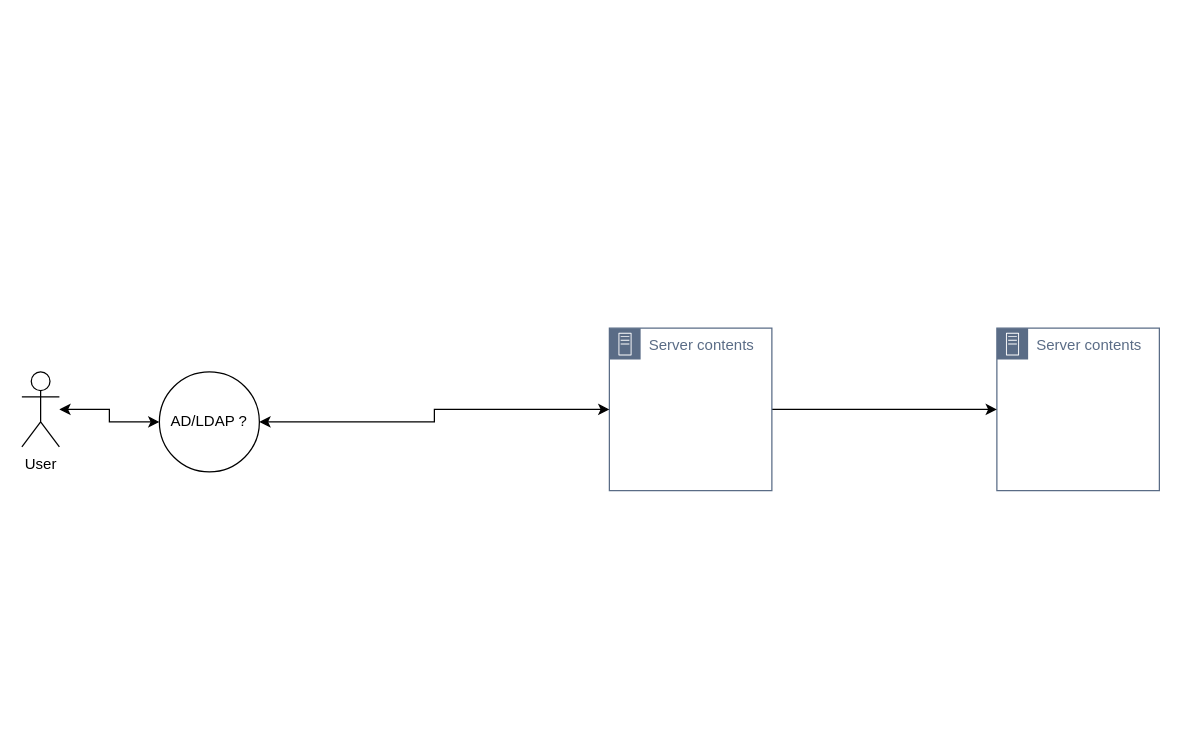
Above: BIScheme.drawio in sQyOs/DrawIO (draw.io), before the change. Source tidied: cells renumbered, new cells numbered last; positions are measured from the earlier drawing's top-left corner, leaving out a move shared by most shapes. Both pictures are drawn from the tidied source at 125%, with x=0, y=0 at pixel (21, 328).
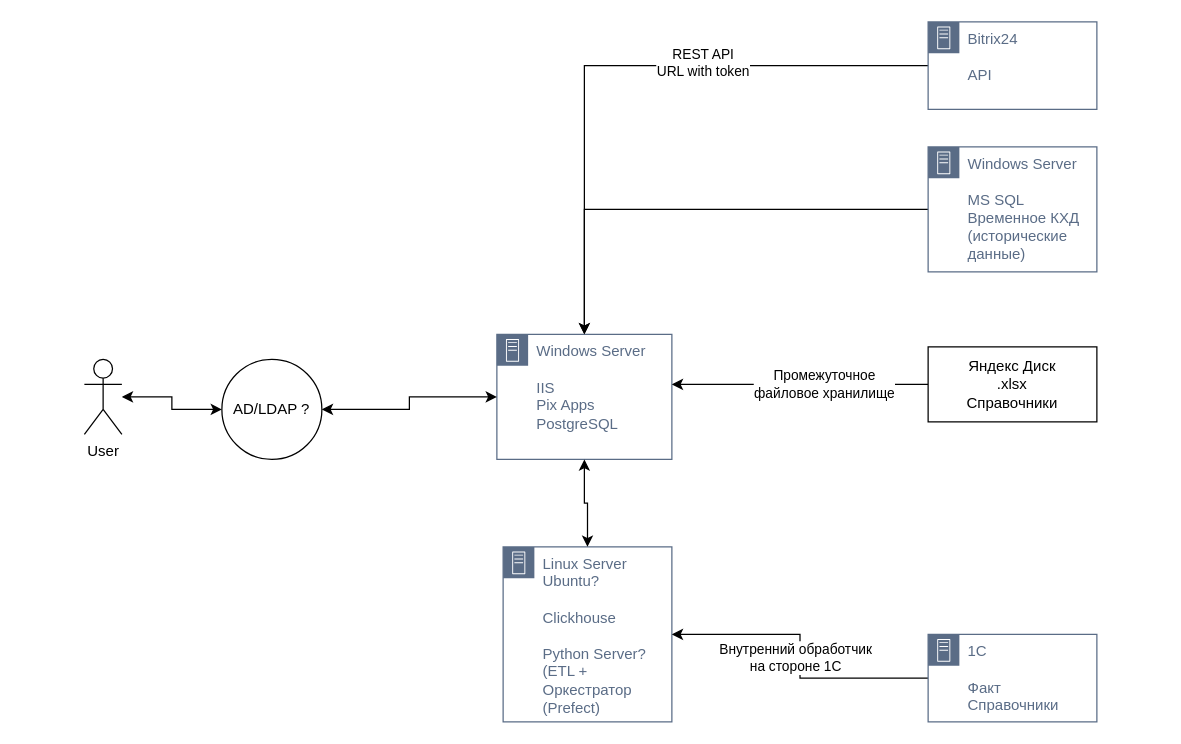
After the change.

The edit, as a diff of the source:
```diff
@@
 <mxGraphModel>
   <root>
     <mxCell id="0" />
     <mxCell id="1" parent="0" />
-    <mxCell id="2" value="Server contents" style="points=[[0,0],[0.25,0],[0.5,0],[0.75,0],[1,0],[1,0.25],[1,0.5],[1,0.75],[1,1],[0.75,1],[0.5,1],[0.25,1],[0,1],[0,0.75],[0,0.5],[0,0.25]];outlineConnect=0;gradientColor=none;html=1;whiteSpace=wrap;fontSize=12;fontStyle=0;shape=mxgraph.aws4.group;grIcon=mxgraph.aws4.group_on_premise;strokeColor=#5A6C86;fillColor=none;verticalAlign=top;align=left;spacingLeft=30;fontColor=#5A6C86;dashed=0;" parent="1" vertex="1">
-      <mxGeometry x="780" width="130" height="130" as="geometry" />
+    <mxCell id="2" value="Linux Server&lt;br&gt;Ubuntu?&lt;br&gt;&lt;br&gt;Clickhouse&lt;br&gt;&lt;br&gt;Python Server?&lt;br&gt;(ETL +&lt;br&gt;Оркестратор (Prefect)" style="points=[[0,0],[0.25,0],[0.5,0],[0.75,0],[1,0],[1,0.25],[1,0.5],[1,0.75],[1,1],[0.75,1],[0.5,1],[0.25,1],[0,1],[0,0.75],[0,0.5],[0,0.25]];outlineConnect=0;gradientColor=none;html=1;whiteSpace=wrap;fontSize=12;fontStyle=0;shape=mxgraph.aws4.group;grIcon=mxgraph.aws4.group_on_premise;strokeColor=#5A6C86;fillColor=none;verticalAlign=top;align=left;spacingLeft=30;fontColor=#5A6C86;dashed=0;" parent="1" vertex="1">
+      <mxGeometry x="385" y="175" width="135" height="140" as="geometry" />
     </mxCell>
-    <mxCell id="3" style="edgeStyle=orthogonalEdgeStyle;rounded=0;jettySize=auto;html=1;entryX=0;entryY=0.5;entryDx=0;entryDy=0;" parent="1" edge="1" source="4" target="2">
-      <mxGeometry relative="1" as="geometry" />
-    </mxCell>
-    <mxCell id="4" value="Server contents" style="points=[[0,0],[0.25,0],[0.5,0],[0.75,0],[1,0],[1,0.25],[1,0.5],[1,0.75],[1,1],[0.75,1],[0.5,1],[0.25,1],[0,1],[0,0.75],[0,0.5],[0,0.25]];outlineConnect=0;gradientColor=none;html=1;whiteSpace=wrap;fontSize=12;fontStyle=0;shape=mxgraph.aws4.group;grIcon=mxgraph.aws4.group_on_premise;strokeColor=#5A6C86;fillColor=none;verticalAlign=top;align=left;spacingLeft=30;fontColor=#5A6C86;dashed=0;" parent="1" vertex="1">
-      <mxGeometry x="470" width="130" height="130" as="geometry" />
+    <mxCell id="4" value="Windows Server&lt;br&gt;&lt;br&gt;IIS&lt;br&gt;Pix Apps&lt;br&gt;PostgreSQL" style="points=[[0,0],[0.25,0],[0.5,0],[0.75,0],[1,0],[1,0.25],[1,0.5],[1,0.75],[1,1],[0.75,1],[0.5,1],[0.25,1],[0,1],[0,0.75],[0,0.5],[0,0.25]];outlineConnect=0;gradientColor=none;html=1;whiteSpace=wrap;fontSize=12;fontStyle=0;shape=mxgraph.aws4.group;grIcon=mxgraph.aws4.group_on_premise;strokeColor=#5A6C86;fillColor=none;verticalAlign=top;align=left;spacingLeft=30;fontColor=#5A6C86;dashed=0;" parent="1" vertex="1">
+      <mxGeometry x="380" y="5" width="140" height="100" as="geometry" />
     </mxCell>
     <mxCell id="5" value="User" style="shape=umlActor;verticalLabelPosition=bottom;verticalAlign=top;html=1;outlineConnect=0;" parent="1" vertex="1">
-      <mxGeometry y="35" width="30" height="60" as="geometry" />
+      <mxGeometry x="50" y="25" width="30" height="60" as="geometry" />
     </mxCell>
     <mxCell id="6" value="AD/LDAP ?" style="ellipse;whiteSpace=wrap;html=1;" parent="1" vertex="1">
-      <mxGeometry x="110" y="35" width="80" height="80" as="geometry" />
+      <mxGeometry x="160" y="25" width="80" height="80" as="geometry" />
     </mxCell>
     <mxCell id="7" style="endArrow=classic;startArrow=classic;html=1;rounded=0;edgeStyle=orthogonalEdgeStyle;" parent="1" edge="1" source="5" target="6">
       <mxGeometry relative="1" as="geometry" />
     </mxCell>
     <mxCell id="8" style="endArrow=classic;startArrow=classic;html=1;rounded=0;edgeStyle=orthogonalEdgeStyle;" parent="1" edge="1" source="6" target="4">
       <mxGeometry relative="1" as="geometry" />
     </mxCell>
+    <mxCell id="3" style="endArrow=classic;startArrow=classic;html=1;rounded=0;edgeStyle=orthogonalEdgeStyle;" parent="1" edge="1" source="4" target="2">
+      <mxGeometry relative="1" as="geometry" />
+    </mxCell>
+    <mxCell id="9" style="edgeStyle=orthogonalEdgeStyle;rounded=0;jettySize=auto;html=1;" parent="1" edge="1" source="11" target="2">
+      <mxGeometry relative="1" as="geometry" />
+    </mxCell>
+    <mxCell id="10" value="Внутренний обработчик &lt;br&gt;на стороне 1С" style="edgeLabel;html=1;align=center;verticalAlign=middle;" parent="9" vertex="1">
+      <mxGeometry x="-0.01" y="4" relative="1" as="geometry" />
+    </mxCell>
+    <mxCell id="11" value="1C&lt;br&gt;&lt;br&gt;Факт&lt;br&gt;Справочники" style="points=[[0,0],[0.25,0],[0.5,0],[0.75,0],[1,0],[1,0.25],[1,0.5],[1,0.75],[1,1],[0.75,1],[0.5,1],[0.25,1],[0,1],[0,0.75],[0,0.5],[0,0.25]];outlineConnect=0;gradientColor=none;html=1;whiteSpace=wrap;fontSize=12;fontStyle=0;shape=mxgraph.aws4.group;grIcon=mxgraph.aws4.group_on_premise;strokeColor=#5A6C86;fillColor=none;verticalAlign=top;align=left;spacingLeft=30;fontColor=#5A6C86;dashed=0;" parent="1" vertex="1">
+      <mxGeometry x="725" y="245" width="135" height="70" as="geometry" />
+    </mxCell>
+    <mxCell id="12" style="edgeStyle=orthogonalEdgeStyle;rounded=0;jettySize=auto;html=1;" parent="1" edge="1" source="13" target="4">
+      <mxGeometry relative="1" as="geometry" />
+    </mxCell>
+    <mxCell id="13" value="Windows Server&lt;br&gt;&lt;br&gt;MS SQL&lt;br&gt;Временное КХД (исторические данные)" style="points=[[0,0],[0.25,0],[0.5,0],[0.75,0],[1,0],[1,0.25],[1,0.5],[1,0.75],[1,1],[0.75,1],[0.5,1],[0.25,1],[0,1],[0,0.75],[0,0.5],[0,0.25]];outlineConnect=0;gradientColor=none;html=1;whiteSpace=wrap;fontSize=12;fontStyle=0;shape=mxgraph.aws4.group;grIcon=mxgraph.aws4.group_on_premise;strokeColor=#5A6C86;fillColor=none;verticalAlign=top;align=left;spacingLeft=30;fontColor=#5A6C86;dashed=0;" parent="1" vertex="1">
+      <mxGeometry x="725" y="-145" width="135" height="100" as="geometry" />
+    </mxCell>
+    <mxCell id="14" style="edgeStyle=elbowEdgeStyle;rounded=0;jettySize=auto;html=1;elbow=vertical;" parent="1" edge="1" source="16" target="4">
+      <mxGeometry relative="1" as="geometry" />
+    </mxCell>
+    <mxCell id="15" value="Промежуточное&lt;br&gt;файловое хранилище" style="edgeLabel;html=1;align=center;verticalAlign=middle;" parent="14" vertex="1">
+      <mxGeometry x="-0.18" y="-1" relative="1" as="geometry" />
+    </mxCell>
+    <mxCell id="16" value="Яндекс Диск&lt;br&gt;.xlsx&lt;br&gt;Справочники" style="rounded=0;whiteSpace=wrap;html=1;" parent="1" vertex="1">
+      <mxGeometry x="725" y="15" width="135" height="60" as="geometry" />
+    </mxCell>
+    <mxCell id="17" style="edgeStyle=orthogonalEdgeStyle;rounded=0;jettySize=auto;html=1;entryX=0.5;entryY=0;entryDx=0;entryDy=0;" parent="1" edge="1" source="19" target="4">
+      <mxGeometry relative="1" as="geometry" />
+    </mxCell>
+    <mxCell id="18" value="REST API&lt;br&gt;URL with token" style="edgeLabel;html=1;align=center;verticalAlign=middle;" parent="17" vertex="1">
+      <mxGeometry x="-0.26" y="-3" relative="1" as="geometry" />
+    </mxCell>
+    <mxCell id="19" value="Bitrix24&lt;br&gt;&lt;br&gt;API" style="points=[[0,0],[0.25,0],[0.5,0],[0.75,0],[1,0],[1,0.25],[1,0.5],[1,0.75],[1,1],[0.75,1],[0.5,1],[0.25,1],[0,1],[0,0.75],[0,0.5],[0,0.25]];outlineConnect=0;gradientColor=none;html=1;whiteSpace=wrap;fontSize=12;fontStyle=0;shape=mxgraph.aws4.group;grIcon=mxgraph.aws4.group_on_premise;strokeColor=#5A6C86;fillColor=none;verticalAlign=top;align=left;spacingLeft=30;fontColor=#5A6C86;dashed=0;" parent="1" vertex="1">
+      <mxGeometry x="725" y="-245" width="135" height="70" as="geometry" />
+    </mxCell>
   </root>
 </mxGraphModel>
```
